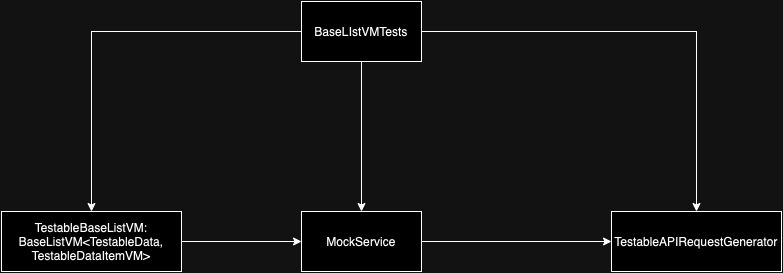
hiren9697/MavelSample keeps this draw.io diagram as MarvelSampleTests/Tests/BaseListVM/BaseListVMTests.drawio.png. Above is the earlier version. Source tidied: cells renumbered, new cells last; positions are measured from the earlier drawing's top-left corner, leaving out a move shared by most shapes.
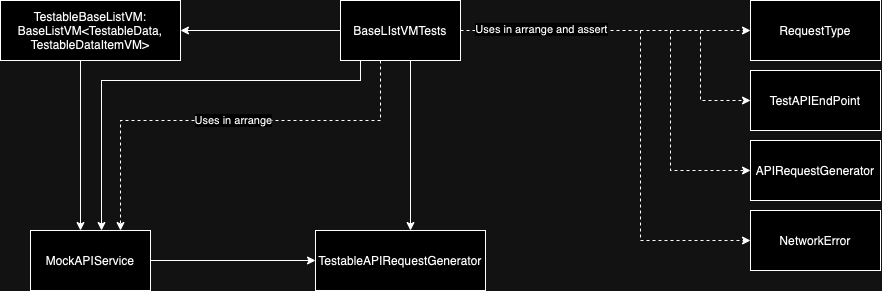
The same diagram one commit later.

Diff of the diagram source:
```diff
@@ -2,32 +2,101 @@
   <root>
     <mxCell id="0" />
     <mxCell id="1" parent="0" />
-    <mxCell id="2" style="edgeStyle=orthogonalEdgeStyle;rounded=0;jettySize=auto;html=1;" parent="1" edge="1" source="5" target="9">
-      <mxGeometry relative="1" as="geometry" />
-    </mxCell>
+    <mxCell id="11" style="edgeStyle=orthogonalEdgeStyle;rounded=0;orthogonalLoop=1;jettySize=auto;html=1;entryX=0.5;entryY=0;entryDx=0;entryDy=0;" parent="1" edge="1">
+      <mxGeometry relative="1" as="geometry">
+        <mxPoint x="1500" y="1240" as="sourcePoint" />
+        <mxPoint x="1500" y="1410" as="targetPoint" />
+      </mxGeometry>
+    </mxCell>
-    <mxCell id="3" style="edgeStyle=orthogonalEdgeStyle;rounded=0;jettySize=auto;html=1;entryX=0.5;entryY=0;entryDx=0;entryDy=0;" parent="1" edge="1" source="5" target="7">
+    <mxCell id="3" style="edgeStyle=orthogonalEdgeStyle;rounded=0;jettySize=auto;html=1;entryX=1;entryY=0.5;entryDx=0;entryDy=0;" parent="1" edge="1" source="5" target="7">
       <mxGeometry relative="1" as="geometry" />
     </mxCell>
-    <mxCell id="4" style="edgeStyle=orthogonalEdgeStyle;rounded=0;jettySize=auto;html=1;entryX=0.5;entryY=0;entryDx=0;entryDy=0;" parent="1" edge="1" source="5" target="10">
-      <mxGeometry relative="1" as="geometry" />
-    </mxCell>
+    <mxCell id="12" style="edgeStyle=orthogonalEdgeStyle;rounded=0;jettySize=auto;html=1;entryX=0.75;entryY=0;entryDx=0;entryDy=0;dashed=1;" parent="1" edge="1" source="5" target="16">
+      <mxGeometry relative="1" as="geometry">
+        <Array as="points">
+          <mxPoint x="1470" y="1300" />
+          <mxPoint x="1210" y="1300" />
+        </Array>
+      </mxGeometry>
+    </mxCell>
+    <mxCell id="13" value="Uses in arrange" style="edgeLabel;html=1;align=center;verticalAlign=middle;" parent="12" vertex="1">
+      <mxGeometry x="-0.03" y="-1" relative="1" as="geometry">
+        <mxPoint x="1" as="offset" />
+      </mxGeometry>
+    </mxCell>
     <mxCell id="5" value="BaseLIstVMTests" style="rounded=0;whiteSpace=wrap;html=1;" parent="1" vertex="1">
-      <mxGeometry x="300" width="120" height="60" as="geometry" />
+      <mxGeometry x="1430" y="1180" width="120" height="60" as="geometry" />
     </mxCell>
-    <mxCell id="6" style="edgeStyle=orthogonalEdgeStyle;rounded=0;jettySize=auto;html=1;entryX=0;entryY=0.5;entryDx=0;entryDy=0;" parent="1" edge="1" source="7" target="9">
-      <mxGeometry relative="1" as="geometry" />
-    </mxCell>
+    <mxCell id="14" style="edgeStyle=orthogonalEdgeStyle;rounded=0;orthogonalLoop=1;jettySize=auto;html=1;entryX=0.5;entryY=0;entryDx=0;entryDy=0;" parent="1" edge="1">
+      <mxGeometry relative="1" as="geometry">
+        <mxPoint x="1170" y="1240" as="sourcePoint" />
+        <mxPoint x="1170" y="1410" as="targetPoint" />
+      </mxGeometry>
+    </mxCell>
     <mxCell id="7" value="TestableBaseListVM: BaseListVM&amp;lt;TestableData, TestableDataItemVM&amp;gt;" style="rounded=0;whiteSpace=wrap;html=1;" parent="1" vertex="1">
-      <mxGeometry y="210" width="180" height="60" as="geometry" />
+      <mxGeometry x="1090" y="1180" width="180" height="60" as="geometry" />
     </mxCell>
-    <mxCell id="8" style="edgeStyle=orthogonalEdgeStyle;rounded=0;jettySize=auto;html=1;entryX=0;entryY=0.5;entryDx=0;entryDy=0;" parent="1" edge="1" source="9" target="10">
-      <mxGeometry relative="1" as="geometry" />
-    </mxCell>
-    <mxCell id="9" value="MockService" style="rounded=0;whiteSpace=wrap;html=1;" parent="1" vertex="1">
-      <mxGeometry x="300" y="210" width="120" height="60" as="geometry" />
-    </mxCell>
+    <mxCell id="15" style="edgeStyle=orthogonalEdgeStyle;rounded=0;jettySize=auto;html=1;entryX=0;entryY=0.5;entryDx=0;entryDy=0;" parent="1" edge="1" source="16" target="10">
+      <mxGeometry relative="1" as="geometry" />
+    </mxCell>
+    <mxCell id="16" value="MockAPIService" style="rounded=0;whiteSpace=wrap;html=1;" parent="1" vertex="1">
+      <mxGeometry x="1120" y="1410" width="120" height="60" as="geometry" />
+    </mxCell>
     <mxCell id="10" value="TestableAPIRequestGenerator" style="rounded=0;whiteSpace=wrap;html=1;" parent="1" vertex="1">
-      <mxGeometry x="610" y="210" width="170" height="60" as="geometry" />
+      <mxGeometry x="1405" y="1410" width="170" height="60" as="geometry" />
     </mxCell>
+    <mxCell id="17" style="edgeStyle=orthogonalEdgeStyle;rounded=0;jettySize=auto;html=1;" parent="1" edge="1" source="5">
+      <mxGeometry relative="1" as="geometry">
+        <mxPoint x="1191" y="1410" as="targetPoint" />
+        <Array as="points">
+          <mxPoint x="1450" y="1260" />
+          <mxPoint x="1191" y="1260" />
+        </Array>
+      </mxGeometry>
+    </mxCell>
+    <mxCell id="18" value="RequestType" style="rounded=0;whiteSpace=wrap;html=1;" parent="1" vertex="1">
+      <mxGeometry x="1840" y="1180" width="130" height="60" as="geometry" />
+    </mxCell>
+    <mxCell id="19" value="TestAPIEndPoint" style="rounded=0;whiteSpace=wrap;html=1;" parent="1" vertex="1">
+      <mxGeometry x="1840" y="1250" width="130" height="60" as="geometry" />
+    </mxCell>
+    <mxCell id="20" value="APIRequestGenerator" style="rounded=0;whiteSpace=wrap;html=1;" parent="1" vertex="1">
+      <mxGeometry x="1840" y="1320" width="130" height="60" as="geometry" />
+    </mxCell>
+    <mxCell id="21" value="NetworkError" style="rounded=0;whiteSpace=wrap;html=1;" parent="1" vertex="1">
+      <mxGeometry x="1840" y="1390" width="130" height="60" as="geometry" />
+    </mxCell>
+    <mxCell id="22" style="endArrow=classic;html=1;rounded=0;exitX=1;exitY=0.5;exitDx=0;exitDy=0;entryX=0;entryY=0.5;entryDx=0;entryDy=0;dashed=1;" parent="1" edge="1" source="5" target="18">
+      <mxGeometry relative="1" as="geometry" />
+    </mxCell>
+    <mxCell id="23" value="Uses in arrange and assert" style="edgeLabel;html=1;align=center;verticalAlign=middle;" parent="22" vertex="1">
+      <mxGeometry x="-0.44" y="2" relative="1" as="geometry">
+        <mxPoint x="-1" as="offset" />
+      </mxGeometry>
+    </mxCell>
+    <mxCell id="24" style="endArrow=classic;html=1;rounded=0;entryX=0;entryY=0.5;entryDx=0;entryDy=0;dashed=1;" parent="1" edge="1" target="19">
+      <mxGeometry relative="1" as="geometry">
+        <mxPoint x="1790" y="1210" as="sourcePoint" />
+        <Array as="points">
+          <mxPoint x="1790" y="1280" />
+        </Array>
+      </mxGeometry>
+    </mxCell>
+    <mxCell id="25" style="endArrow=classic;html=1;rounded=0;entryX=0;entryY=0.5;entryDx=0;entryDy=0;dashed=1;" parent="1" edge="1" target="20">
+      <mxGeometry relative="1" as="geometry">
+        <mxPoint x="1760" y="1210" as="sourcePoint" />
+        <Array as="points">
+          <mxPoint x="1760" y="1350" />
+        </Array>
+      </mxGeometry>
+    </mxCell>
+    <mxCell id="26" style="endArrow=classic;html=1;rounded=0;entryX=0;entryY=0.5;entryDx=0;entryDy=0;dashed=1;" parent="1" edge="1" target="21">
+      <mxGeometry relative="1" as="geometry">
+        <mxPoint x="1730" y="1210" as="sourcePoint" />
+        <Array as="points">
+          <mxPoint x="1730" y="1420" />
+        </Array>
+      </mxGeometry>
+    </mxCell>
   </root>
 </mxGraphModel>
```
